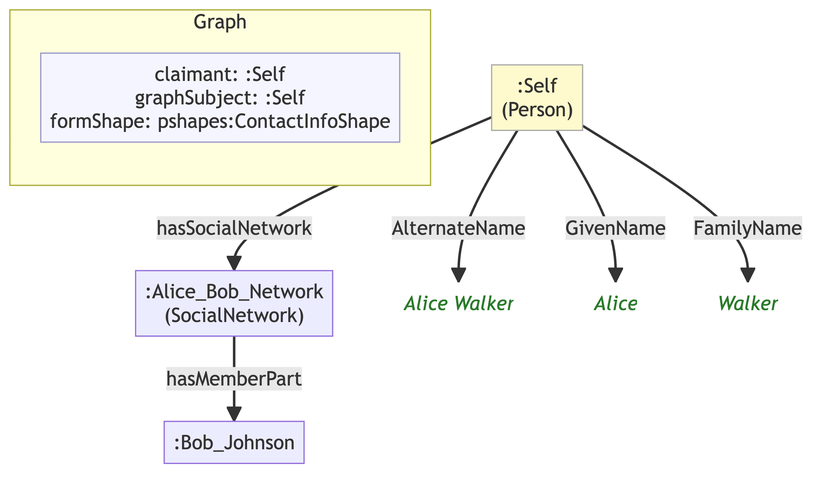
This is example/graphs/images/graph-12.png from MeeFoundation/mia-ontologies, a Mermaid export, as it was before one commit. Its source is kept beside it as example/graphs/images/graph-12.mmd.
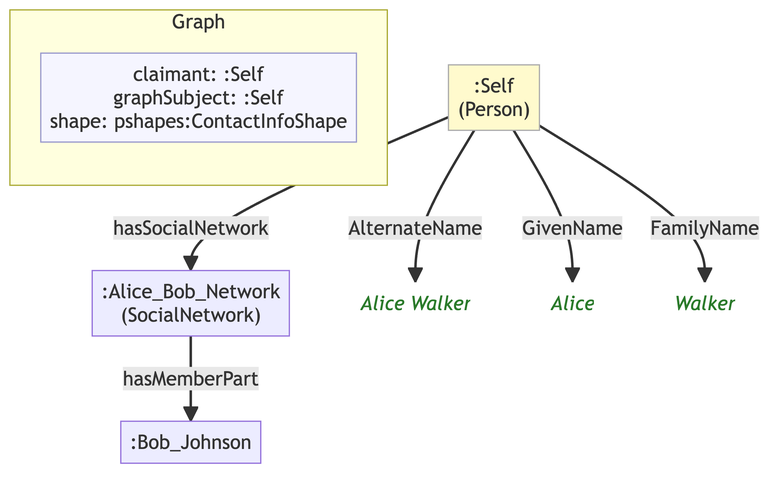
Later version of the same file.

The edit, as a diff of the source:
```diff
@@ -7,18 +7,18 @@
 
     subgraph ctx["Graph"]
         direction LR
-        ctx_meta["claimant: :Self\ngraphSubject: :Self\nformShape: pshapes:ContactInfoShape"]:::meta
+        ctx_meta["claimant: :Self\ngraphSubject: :Self\nshape: pshapes:ContactInfoShape"]:::meta
     end
 
     nc7c19cc9b4d9[":Alice_Bob_Network\n(SocialNetwork)"]
     nc33b87295be6[":Bob_Johnson"]
     n655e442e50be[":Self\n(Person)"]:::person
-    n393790c7a68a("Alice Walker"):::lit
-    nd860733cec97("Alice"):::lit
-    nf4d978e5d959("Walker"):::lit
+    nf62ba93e7e97("Alice Walker"):::lit
+    n17e8f0b843f1("Alice"):::lit
+    n89a594fcc432("Walker"):::lit
 
     nc7c19cc9b4d9 -->|"hasMemberPart"| nc33b87295be6
-    n655e442e50be -->|"AlternateName"| n393790c7a68a
-    n655e442e50be -->|"GivenName"| nd860733cec97
-    n655e442e50be -->|"FamilyName"| nf4d978e5d959
+    n655e442e50be -->|"AlternateName"| nf62ba93e7e97
+    n655e442e50be -->|"GivenName"| n17e8f0b843f1
+    n655e442e50be -->|"FamilyName"| n89a594fcc432
     n655e442e50be -->|"hasSocialNetwork"| nc7c19cc9b4d9
```
